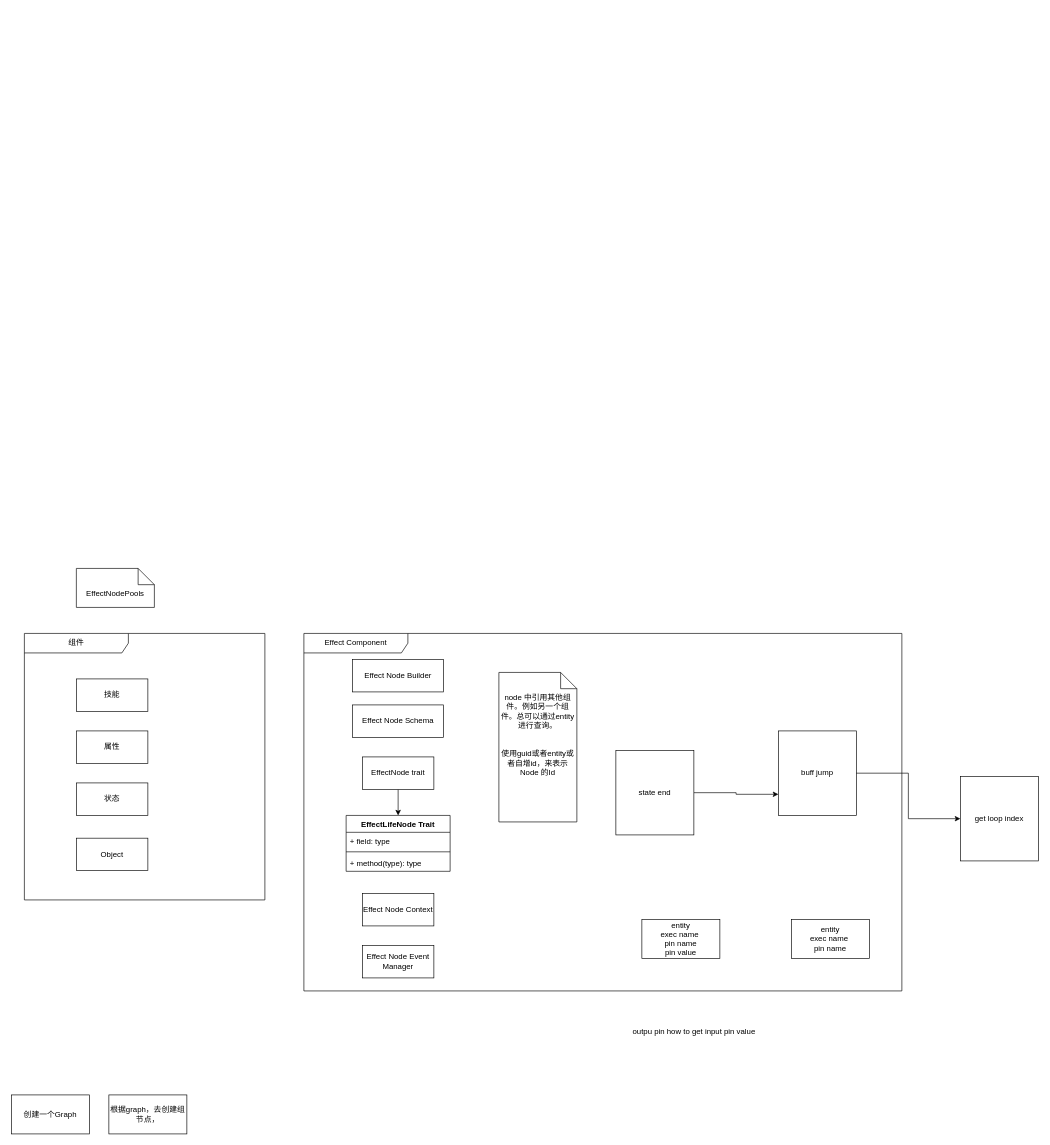
The draw.io diagram doc/drawio/ability.drawio in qiboda/atom, before the edit. Source tidied: cells renumbered, new cells numbered last; positions are measured from the earlier drawing's top-left corner, leaving out a move shared by most shapes. Both pictures are drawn from the tidied source at 65%, with x=0, y=0 at pixel (11, 568).
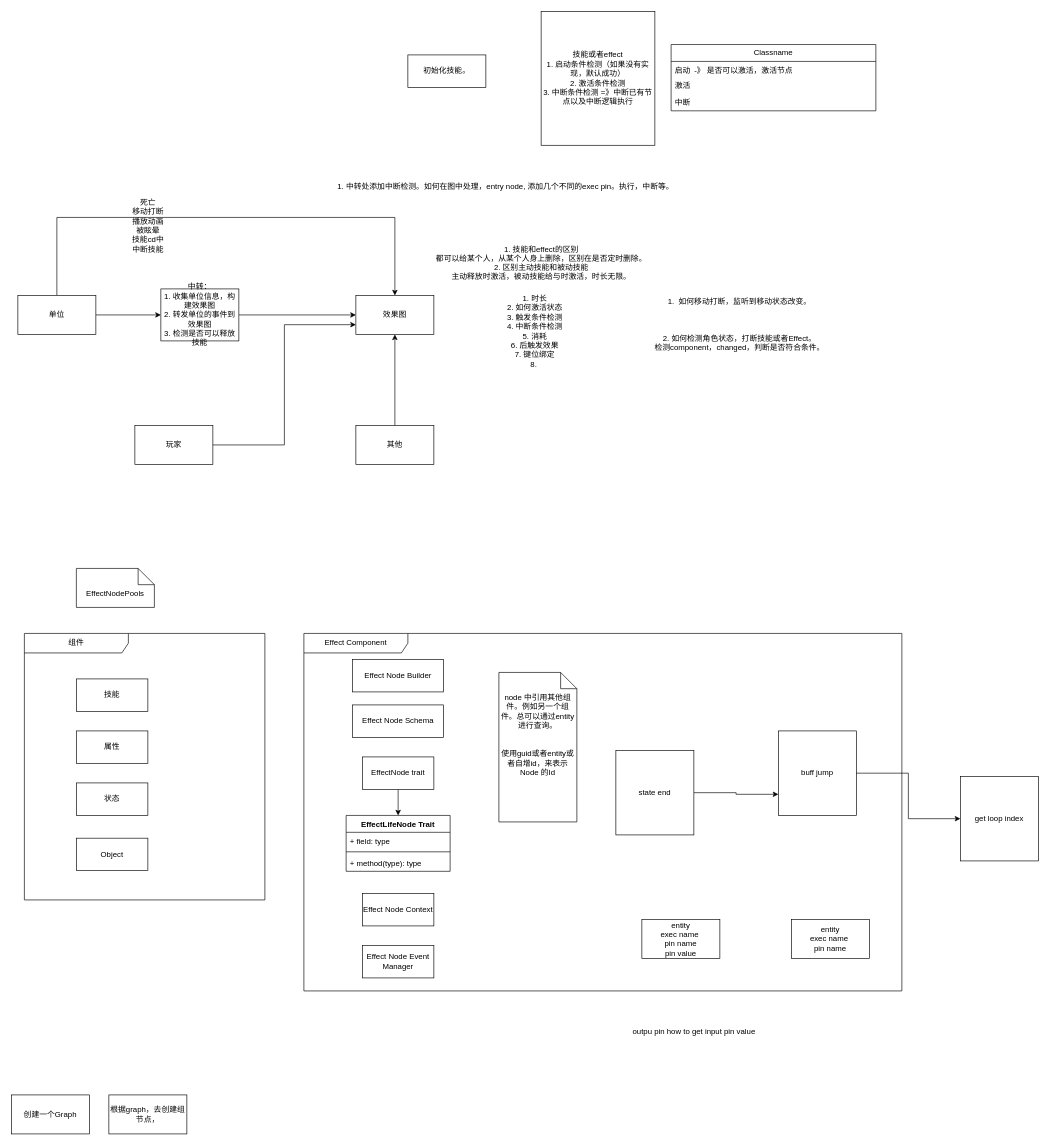
Above is the later version.

The edit, as a diff of the source:
```diff
@@
+    <mxCell id="30" style="edgeStyle=orthogonalEdgeStyle;rounded=0;jettySize=auto;html=1;entryX=0.5;entryY=0;entryDx=0;entryDy=0;" parent="1" edge="1" source="31" target="34">
+      <mxGeometry relative="1" as="geometry">
+        <Array as="points">
+          <mxPoint x="70" y="-540" />
+          <mxPoint x="590" y="-540" />
+        </Array>
+      </mxGeometry>
+    </mxCell>
+    <mxCell id="31" value="单位" style="rounded=0;whiteSpace=wrap;html=1;" parent="1" vertex="1">
+      <mxGeometry x="10" y="-420" width="120" height="60" as="geometry" />
+    </mxCell>
+    <mxCell id="32" style="edgeStyle=orthogonalEdgeStyle;rounded=0;jettySize=auto;html=1;" parent="1" edge="1" source="33" target="34">
+      <mxGeometry relative="1" as="geometry" />
+    </mxCell>
+    <mxCell id="33" value="中转：&lt;br&gt;1. 收集单位信息，构建效果图&lt;br&gt;2. 转发单位的事件到效果图&lt;br&gt;3. 检测是否可以释放技能" style="rounded=0;whiteSpace=wrap;html=1;" parent="1" vertex="1">
+      <mxGeometry x="230" y="-430" width="120" height="80" as="geometry" />
+    </mxCell>
+    <mxCell id="34" value="效果图" style="rounded=0;whiteSpace=wrap;html=1;" parent="1" vertex="1">
+      <mxGeometry x="530" y="-420" width="120" height="60" as="geometry" />
+    </mxCell>
+    <mxCell id="35" style="endArrow=classic;html=1;rounded=0;" parent="1" edge="1" source="31" target="33">
+      <mxGeometry relative="1" as="geometry" />
+    </mxCell>
+    <mxCell id="36" style="edgeStyle=orthogonalEdgeStyle;rounded=0;jettySize=auto;html=1;entryX=0;entryY=0.75;entryDx=0;entryDy=0;" parent="1" edge="1" source="37" target="34">
+      <mxGeometry relative="1" as="geometry" />
+    </mxCell>
+    <mxCell id="37" value="玩家" style="rounded=0;whiteSpace=wrap;html=1;" parent="1" vertex="1">
+      <mxGeometry x="190" y="-220" width="120" height="60" as="geometry" />
+    </mxCell>
+    <mxCell id="38" style="edgeStyle=orthogonalEdgeStyle;rounded=0;jettySize=auto;html=1;" parent="1" edge="1" source="39" target="34">
+      <mxGeometry relative="1" as="geometry" />
+    </mxCell>
+    <mxCell id="39" value="其他" style="rounded=0;whiteSpace=wrap;html=1;" parent="1" vertex="1">
+      <mxGeometry x="530" y="-220" width="120" height="60" as="geometry" />
+    </mxCell>
+    <mxCell id="40" value="死亡&lt;br&gt;移动打断&lt;br&gt;播放动画&lt;br&gt;被眩晕&lt;br&gt;技能cd中&lt;br&gt;中断技能" style="text;html=1;align=center;verticalAlign=middle;strokeColor=none;fillColor=none;" parent="1" vertex="1">
+      <mxGeometry x="175" y="-577" width="70" height="100" as="geometry" />
+    </mxCell>
+    <mxCell id="41" value="1. 中转处添加中断检测。如何在图中处理，entry node, 添加几个不同的exec pin。执行，中断等。" style="text;html=1;align=center;verticalAlign=middle;strokeColor=none;fillColor=none;" parent="1" vertex="1">
+      <mxGeometry x="490" y="-602" width="540" height="30" as="geometry" />
+    </mxCell>
+    <mxCell id="42" value="1. 技能和effect的区别&lt;br&gt;都可以给某个人，从某个人身上删除，区别在是否定时删除。&lt;br&gt;2. 区别主动技能和被动技能&lt;br&gt;主动释放时激活，被动技能给与时激活，时长无限。" style="text;html=1;align=center;verticalAlign=middle;strokeColor=none;fillColor=none;" parent="1" vertex="1">
+      <mxGeometry x="640" y="-505" width="350" height="70" as="geometry" />
+    </mxCell>
+    <mxCell id="43" value="1. 时长&lt;br&gt;2. 如何激活状态&lt;br&gt;3. 触发条件检测&lt;br&gt;4. 中断条件检测&lt;br&gt;5. 消耗&lt;br&gt;6. 后触发效果&lt;br&gt;7. 键位绑定&lt;br&gt;8.&amp;nbsp;" style="text;html=1;align=center;verticalAlign=middle;strokeColor=none;fillColor=none;" parent="1" vertex="1">
+      <mxGeometry x="750" y="-430" width="110" height="130" as="geometry" />
+    </mxCell>
+    <mxCell id="44" value="Classname" style="swimlane;fontStyle=0;horizontal=1;startSize=26;fillColor=none;whiteSpace=wrap;html=1;" parent="1" vertex="1">
+      <mxGeometry x="1015" y="-806" width="315" height="102" as="geometry" />
+    </mxCell>
+    <mxCell id="45" value="启动&lt;span style=&quot;white-space: pre;&quot;&gt;&#9;&lt;/span&gt;&amp;nbsp;-》 是否可以激活，激活节点" style="text;strokeColor=none;fillColor=none;align=left;verticalAlign=top;spacingLeft=4;spacingRight=4;overflow=hidden;whiteSpace=wrap;html=1;" parent="44" vertex="1">
+      <mxGeometry y="26" width="315" height="24" as="geometry" />
+    </mxCell>
+    <mxCell id="46" value="激活" style="text;strokeColor=none;fillColor=none;align=left;verticalAlign=top;spacingLeft=4;spacingRight=4;overflow=hidden;whiteSpace=wrap;html=1;" parent="44" vertex="1">
+      <mxGeometry y="50" width="315" height="26" as="geometry" />
+    </mxCell>
+    <mxCell id="47" value="中断" style="text;strokeColor=none;fillColor=none;align=left;verticalAlign=top;spacingLeft=4;spacingRight=4;overflow=hidden;whiteSpace=wrap;html=1;" parent="44" vertex="1">
+      <mxGeometry y="76" width="315" height="26" as="geometry" />
+    </mxCell>
+    <mxCell id="48" value="技能或者effect&lt;br&gt;1. 启动条件检测（如果没有实现，默认成功）&lt;br&gt;2. 激活条件检测&lt;br&gt;3. 中断条件检测 =》中断已有节点以及中断逻辑执行" style="html=1;whiteSpace=wrap;" parent="1" vertex="1">
+      <mxGeometry x="815" y="-857" width="175" height="206" as="geometry" />
+    </mxCell>
+    <mxCell id="49" value="初始化技能。" style="html=1;whiteSpace=wrap;" parent="1" vertex="1">
+      <mxGeometry x="610" y="-790" width="120" height="50" as="geometry" />
+    </mxCell>
+    <mxCell id="50" value="1.&amp;nbsp; 如何移动打断，监听到移动状态改变。&lt;br&gt;&lt;br&gt;&lt;br&gt;&lt;br&gt;2. 如何检测角色状态，打断技能或者Effect。&lt;br&gt;检测component，changed，判断是否符合条件。" style="text;html=1;align=center;verticalAlign=middle;strokeColor=none;fillColor=none;" parent="1" vertex="1">
+      <mxGeometry x="980" y="-425" width="280" height="100" as="geometry" />
+    </mxCell>
```
